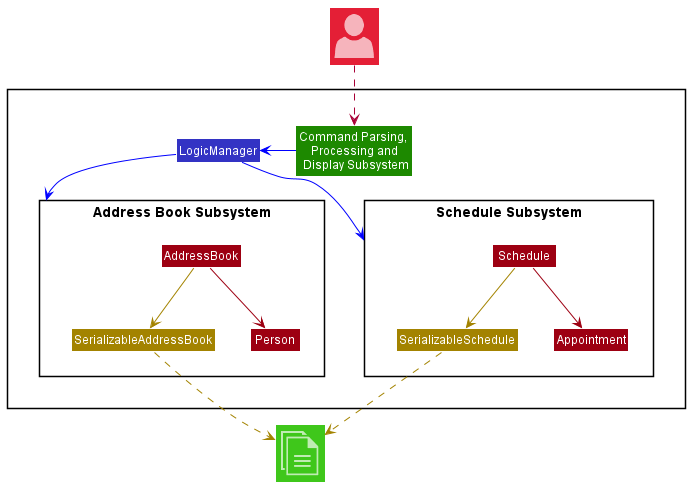
Earlier version of the PlantUML export docs/images/FunctionalSubsystemDiagram.png (nus-cs2103-AY2122S2/tp).
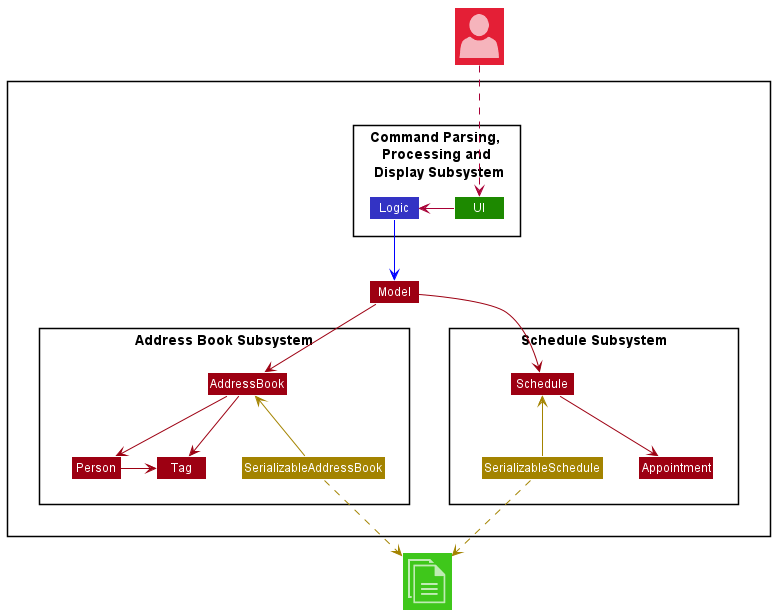
The same file after the commit.

The edit, as a diff of the source:
```diff
@@ -5,12 +5,17 @@
 !include style.puml
 
 Package " "<<Rectangle>>{
-    Class "Command Parsing, \nProcessing and\n Display Subsystem" UI_COLOR
-    Class "LogicManager" LOGIC_COLOR
+    package "Command Parsing, \nProcessing and\n Display Subsystem" as Parser {
+        Class "Logic" LOGIC_COLOR
+        Class "UI" UI_COLOR
+    }
+
+    Class "Model" MODEL_COLOR
     package "Address Book Subsystem"{
         Class "AddressBook" MODEL_COLOR
         Class "SerializableAddressBook" STORAGE_COLOR
         Class "Person" MODEL_COLOR
+        Class "Tag" MODEL_COLOR
     }
     package "Schedule Subsystem"{
         Class " Schedule " MODEL_COLOR
@@ -23,13 +28,18 @@
 Class "<$documents>" as File UI_COLOR_T2
 
 "AddressBook" -[MODEL_COLOR]-> "Person"
-"AddressBook" -[STORAGE_COLOR]-> "SerializableAddressBook"
+"AddressBook" -[MODEL_COLOR]-> "Tag"
+"Person" -[MODEL_COLOR]right-> "Tag"
+"SerializableAddressBook" -up[STORAGE_COLOR]-> "AddressBook"
 " Schedule " -[MODEL_COLOR]-> "Appointment"
-" Schedule " -[STORAGE_COLOR]-> "SerializableSchedule"
+"SerializableSchedule" -up[STORAGE_COLOR]-> " Schedule "
 "SerializableAddressBook" -down[STORAGE_COLOR].> File
 "SerializableSchedule" .down[STORAGE_COLOR].>File
-User ..> "Command Parsing, \nProcessing and\n Display Subsystem"
-"Command Parsing, \nProcessing and\n Display Subsystem" -left[#blue]-> "LogicManager"
-"LogicManager" -[#blue]-> "Schedule Subsystem"
-"LogicManager" -[#blue]-> "Address Book Subsystem"
+User .down.> "UI"
+UI -left-> Logic
+
+"Logic" -[#blue]-> "Model"
+"Model" -[MODEL_COLOR]down-> " Schedule "
+"Model" -[MODEL_COLOR]down-> "AddressBook"
+"Address Book Subsystem" -right[hidden]-> "Schedule Subsystem"
 @enduml
```
